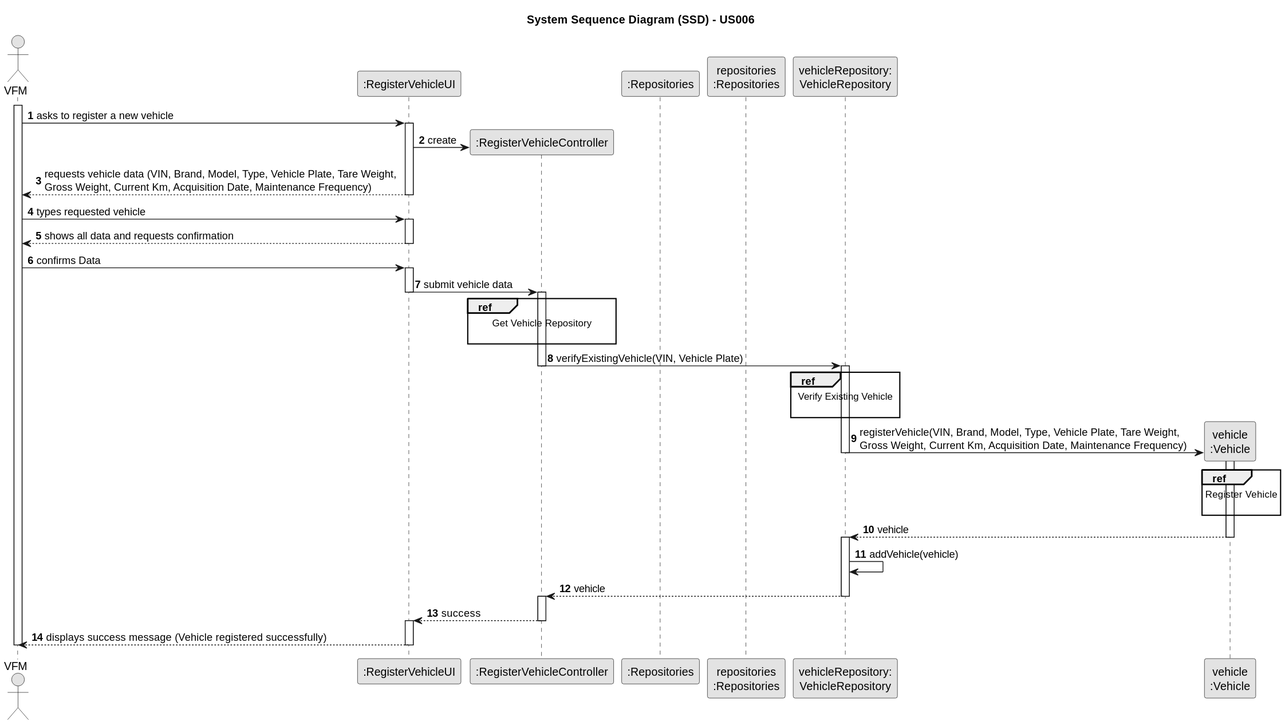
The PlantUML diagram docs/sprintB/us006/03.design/svg/us006-sequence-diagram-split.svg in ricardomm7/leaflink, before a commit.
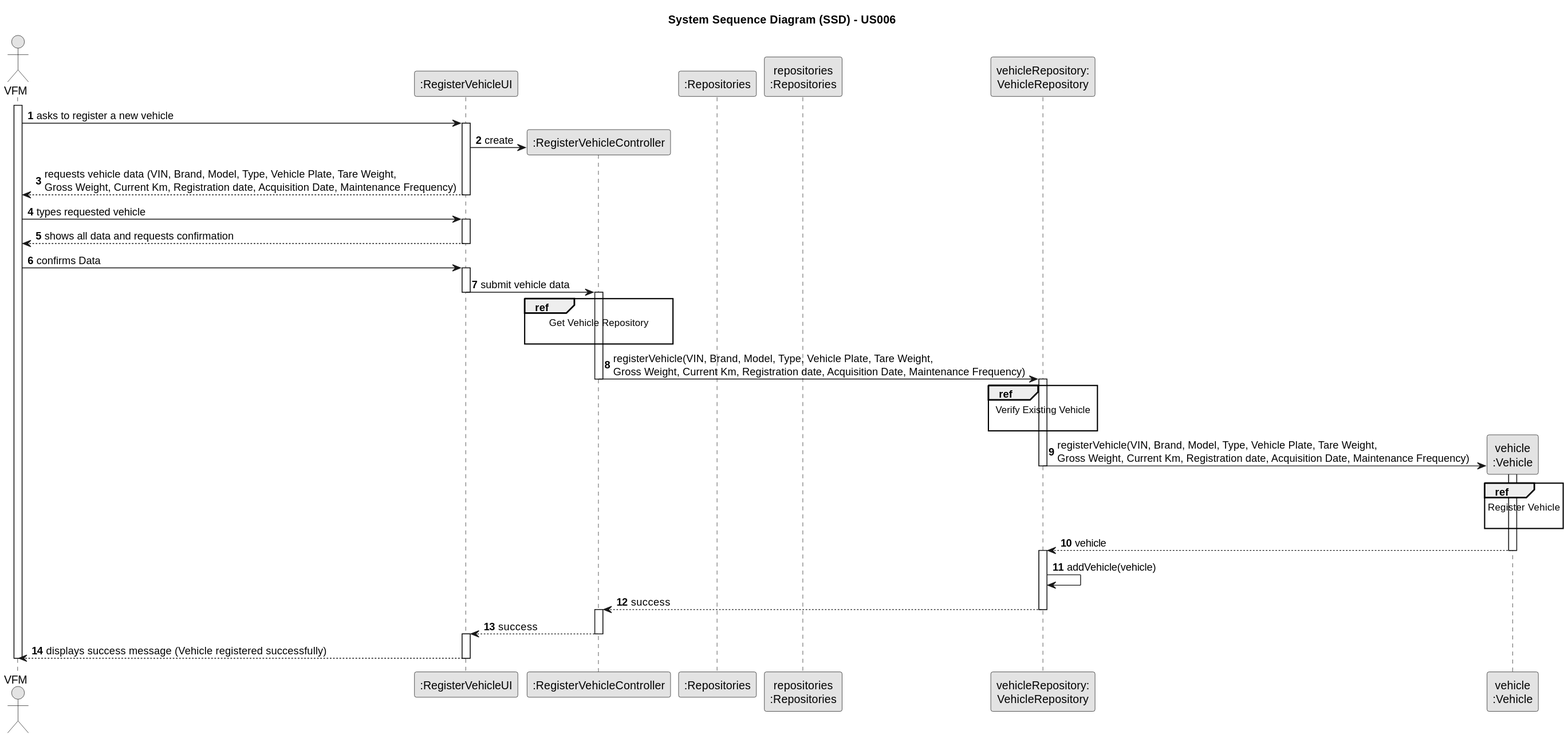
After the change.

What changed in the source:
```diff
@@ -22,7 +22,7 @@
 
         UI -> CTRL** : create
 
-        UI --> VFM : requests vehicle data (VIN, Brand, Model, Type, Vehicle Plate, Tare Weight, \nGross Weight, Current Km, Acquisition Date, Maintenance Frequency)
+        UI --> VFM : requests vehicle data (VIN, Brand, Model, Type, Vehicle Plate, Tare Weight, \nGross Weight, Current Km, Registration date, Acquisition Date, Maintenance Frequency)
         deactivate UI
 
     VFM -> UI : types requested vehicle
@@ -43,7 +43,7 @@
 
                                         end ref
 
-        CTRL -> VehicleRepository : verifyExistingVehicle(VIN, Vehicle Plate)
+        CTRL -> VehicleRepository : registerVehicle(VIN, Brand, Model, Type, Vehicle Plate, Tare Weight, \nGross Weight, Current Km, Registration date, Acquisition Date, Maintenance Frequency)
         deactivate CTRL
 
             activate VehicleRepository
@@ -54,7 +54,7 @@
                                                                         end ref
 
 
-            VehicleRepository -> VEI **: registerVehicle(VIN, Brand, Model, Type, Vehicle Plate, Tare Weight, \nGross Weight, Current Km, Acquisition Date, Maintenance Frequency)
+            VehicleRepository -> VEI **: registerVehicle(VIN, Brand, Model, Type, Vehicle Plate, Tare Weight, \nGross Weight, Current Km, Registration date, Acquisition Date, Maintenance Frequency)
         deactivate VehicleRepository
             activate VEI
 
@@ -72,7 +72,7 @@
 
 
             VehicleRepository -> VehicleRepository: addVehicle(vehicle)
-            VehicleRepository --> CTRL: vehicle
+            VehicleRepository --> CTRL: success
                         deactivate VehicleRepository
 
             activate CTRL
```
